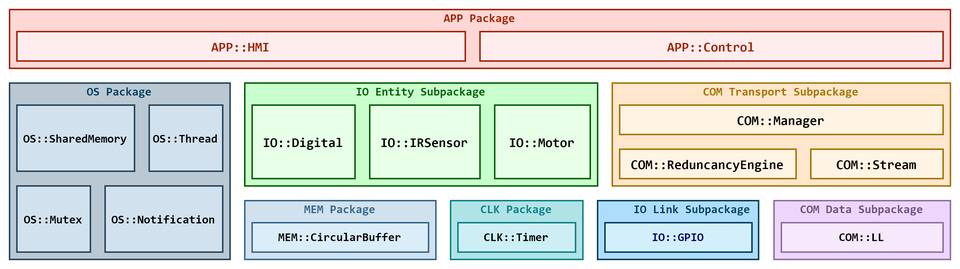
The draw.io diagram Deliverables/Final/img/full-stack-overview.png in LPI2-DreamTeam/rfcar, before a commit. Source tidied: cells renumbered, new cells last; positions are measured from the earlier drawing's top-left corner, leaving out a move shared by most shapes.
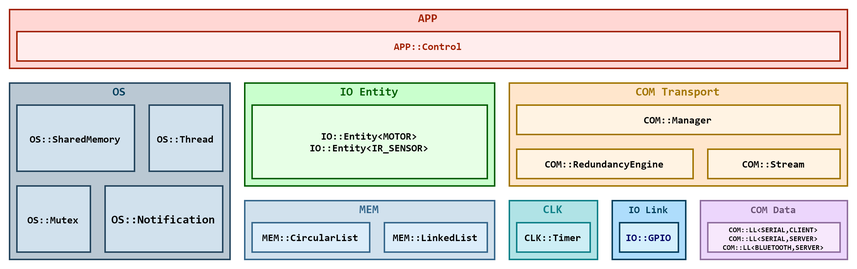
Later version of the same file.

Change to the diagram source:
```diff
@@ -3,44 +3,26 @@
     <mxCell id="0" />
     <mxCell id="1" parent="0" />
     <mxCell id="2" style="rounded=0;whiteSpace=wrap;html=1;fontFamily=Consolas;fontSize=9;align=center;fontStyle=1;spacingRight=0;labelPosition=center;verticalLabelPosition=middle;verticalAlign=middle;labelBackgroundColor=none;strokeColor=#A12102;fontColor=#A12102;fillColor=#FFD7D4;" parent="1" vertex="1">
-      <mxGeometry width="640" height="40" as="geometry" />
+      <mxGeometry width="570" height="40" as="geometry" />
     </mxCell>
     <mxCell id="3" style="rounded=0;whiteSpace=wrap;html=1;fontFamily=Consolas;fontSize=9;align=center;fontStyle=1;spacingRight=0;labelPosition=center;verticalLabelPosition=middle;verticalAlign=middle;strokeColor=#035E03;fillColor=#C9FFCD;" parent="1" vertex="1">
-      <mxGeometry x="160" y="50" width="240" height="70" as="geometry" />
+      <mxGeometry x="160" y="50" width="170" height="70" as="geometry" />
     </mxCell>
     <mxCell id="4" style="rounded=0;whiteSpace=wrap;html=1;labelBackgroundColor=none;fontFamily=Consolas;fontSize=8;align=center;gradientDirection=east;fontColor=#333333;fontStyle=1;fillColor=#BAC8D3;strokeColor=#23445D;" parent="1" vertex="1">
       <mxGeometry y="50" width="150" height="120" as="geometry" />
     </mxCell>
     <mxCell id="5" style="rounded=0;whiteSpace=wrap;html=1;labelBackgroundColor=none;fontFamily=Consolas;fontSize=8;align=center;gradientDirection=east;fontStyle=1;fillColor=#b0e3e6;strokeColor=#0e8088;" parent="1" vertex="1">
-      <mxGeometry x="300" y="130" width="90" height="40" as="geometry" />
+      <mxGeometry x="340" y="130" width="60" height="40" as="geometry" />
     </mxCell>
     <mxCell id="6" style="rounded=0;whiteSpace=wrap;html=1;fontSize=9;fontFamily=Consolas;verticalAlign=top;labelPosition=center;verticalLabelPosition=middle;align=center;fillColor=#FFE6CC;strokeColor=#A17400;" parent="1" vertex="1">
-      <mxGeometry x="410" y="50" width="230" height="70" as="geometry" />
+      <mxGeometry x="340" y="50" width="230" height="70" as="geometry" />
     </mxCell>
     <mxCell id="7" style="rounded=0;whiteSpace=wrap;html=1;fontSize=9;fontFamily=Consolas;verticalAlign=top;labelPosition=center;verticalLabelPosition=middle;align=center;fillColor=#ECD6FC;strokeColor=#8F6E9E;" parent="1" vertex="1">
-      <mxGeometry x="520" y="130" width="120" height="40" as="geometry" />
+      <mxGeometry x="470" y="130" width="100" height="40" as="geometry" />
     </mxCell>
-    <mxCell id="8" value="COM::Manager" style="rounded=0;whiteSpace=wrap;html=1;fontFamily=Consolas;fontSize=9;align=center;fontStyle=1;spacingRight=0;labelPosition=center;verticalLabelPosition=middle;verticalAlign=middle;fillColor=#FFF3E3;strokeColor=#A17400;" parent="1" vertex="1">
-      <mxGeometry x="415" y="65" width="220" height="20" as="geometry" />
-    </mxCell>
-    <mxCell id="9" value="APP::Control" style="rounded=0;whiteSpace=wrap;html=1;fontFamily=Consolas;fontSize=9;align=center;fontStyle=1;spacingRight=0;labelPosition=center;verticalLabelPosition=middle;verticalAlign=middle;labelBackgroundColor=none;fillColor=#FFEDED;strokeColor=#A12102;fontColor=#A12102;" parent="1" vertex="1">
-      <mxGeometry x="320" y="15" width="315" height="20" as="geometry" />
-    </mxCell>
-    <mxCell id="10" value="COM::ReduncancyEngine" style="rounded=0;whiteSpace=wrap;html=1;fontFamily=Consolas;fontSize=9;align=center;fontStyle=1;spacingRight=0;labelPosition=center;verticalLabelPosition=middle;verticalAlign=middle;horizontal=1;fillColor=#FFF3E3;strokeColor=#A17400;" parent="1" vertex="1">
-      <mxGeometry x="415" y="95" width="120" height="20" as="geometry" />
+    <mxCell id="10" value="COM::RedundancyEngine" style="rounded=0;whiteSpace=wrap;html=1;fontFamily=Consolas;fontSize=7;align=center;fontStyle=1;spacingRight=0;labelPosition=center;verticalLabelPosition=middle;verticalAlign=middle;horizontal=1;fillColor=#FFF3E3;strokeColor=#A17400;" parent="1" vertex="1">
+      <mxGeometry x="345" y="95" width="120" height="20" as="geometry" />
     </mxCell>
-    <mxCell id="11" value="APP::HMI" style="rounded=0;whiteSpace=wrap;html=1;fontFamily=Consolas;fontSize=9;align=center;fontStyle=1;spacingRight=0;labelPosition=center;verticalLabelPosition=middle;verticalAlign=middle;labelBackgroundColor=none;fillColor=#FFEDED;strokeColor=#A12102;fontColor=#A12102;" parent="1" vertex="1">
-      <mxGeometry x="5" y="15" width="305" height="20" as="geometry" />
-    </mxCell>
-    <mxCell id="12" value="IO::Digital" style="rounded=0;whiteSpace=wrap;html=1;fontFamily=Consolas;fontSize=9;align=center;fontStyle=1;spacingRight=0;labelPosition=center;verticalLabelPosition=middle;verticalAlign=middle;fillColor=#E7FFE6;strokeColor=#035E03;" parent="1" vertex="1">
-      <mxGeometry x="165" y="65" width="70" height="50" as="geometry" />
-    </mxCell>
-    <mxCell id="13" value="IO::Motor" style="rounded=0;whiteSpace=wrap;html=1;fontFamily=Consolas;fontSize=9;align=center;fontStyle=1;spacingRight=0;labelPosition=center;verticalLabelPosition=middle;verticalAlign=middle;fillColor=#E7FFE6;strokeColor=#035E03;" parent="1" vertex="1">
-      <mxGeometry x="330" y="65" width="65" height="50" as="geometry" />
-    </mxCell>
-    <mxCell id="14" value="IO::IRSensor" style="rounded=0;whiteSpace=wrap;html=1;fontFamily=Consolas;fontSize=9;align=center;fontStyle=1;spacingRight=0;labelPosition=center;verticalLabelPosition=middle;verticalAlign=middle;fillColor=#E7FFE6;strokeColor=#035E03;" parent="1" vertex="1">
-      <mxGeometry x="245" y="65" width="75" height="50" as="geometry" />
-    </mxCell>
     <mxCell id="15" value="OS::Thread" style="rounded=0;whiteSpace=wrap;html=1;labelBackgroundColor=none;fontFamily=Consolas;fontSize=8;align=center;gradientDirection=east;fontStyle=1;fillColor=#D1E1ED;strokeColor=#23445D;" parent="1" vertex="1">
       <mxGeometry x="95" y="65" width="50" height="45" as="geometry" />
     </mxCell>
@@ -50,53 +32,86 @@
     <mxCell id="17" value="OS::Mutex" style="rounded=0;whiteSpace=wrap;html=1;labelBackgroundColor=none;fontFamily=Consolas;fontSize=8;align=center;gradientDirection=east;fontStyle=1;fillColor=#D1E1ED;strokeColor=#23445D;" parent="1" vertex="1">
       <mxGeometry x="5" y="120" width="50" height="45" as="geometry" />
     </mxCell>
-    <mxCell id="18" value="&lt;font style=&quot;font-size: 8px&quot;&gt;CLK::Timer&lt;/font&gt;" style="rounded=0;whiteSpace=wrap;html=1;labelBackgroundColor=none;fontFamily=Consolas;fontSize=8;align=center;gradientDirection=east;fontStyle=1;strokeColor=#0e8088;fillColor=#CDEEF5;" parent="1" vertex="1">
-      <mxGeometry x="305" y="145" width="80" height="20" as="geometry" />
-    </mxCell>
-    <mxCell id="19" value="COM::LL" style="rounded=0;whiteSpace=wrap;html=1;fontFamily=Consolas;fontSize=8;align=center;fontStyle=1;spacingRight=0;verticalAlign=middle;fillColor=#F7E8FC;strokeColor=#8F6E9E;" parent="1" vertex="1">
-      <mxGeometry x="525" y="145" width="110" height="20" as="geometry" />
+    <mxCell id="19" value="COM::LL&amp;lt;SERIAL,CLIENT&amp;gt;&lt;br style=&quot;font-size: 5px;&quot;&gt;COM::LL&amp;lt;SERIAL,SERVER&amp;gt;&lt;br style=&quot;font-size: 5px;&quot;&gt;COM::LL&amp;lt;BLUETOOTH,SERVER&amp;gt;" style="rounded=0;whiteSpace=wrap;html=1;fontFamily=Consolas;fontSize=5;align=center;fontStyle=1;spacingRight=0;verticalAlign=middle;fillColor=#F7E8FC;strokeColor=#8F6E9E;horizontal=1;" parent="1" vertex="1">
+      <mxGeometry x="475" y="145" width="90" height="20" as="geometry" />
     </mxCell>
-    <mxCell id="20" value="COM::Stream" style="rounded=0;whiteSpace=wrap;html=1;fontFamily=Consolas;fontSize=9;align=center;fontStyle=1;spacingRight=0;labelPosition=center;verticalLabelPosition=middle;verticalAlign=middle;horizontal=1;fillColor=#FFF3E3;strokeColor=#A17400;" parent="1" vertex="1">
-      <mxGeometry x="545" y="95" width="90" height="20" as="geometry" />
+    <mxCell id="20" value="COM::Stream" style="rounded=0;whiteSpace=wrap;html=1;fontFamily=Consolas;fontSize=7;align=center;fontStyle=1;spacingRight=0;labelPosition=center;verticalLabelPosition=middle;verticalAlign=middle;horizontal=1;fillColor=#FFF3E3;strokeColor=#A17400;" parent="1" vertex="1">
+      <mxGeometry x="475" y="95" width="90" height="20" as="geometry" />
     </mxCell>
     <mxCell id="21" style="rounded=0;whiteSpace=wrap;html=1;fontSize=9;fontFamily=Consolas;verticalAlign=top;labelPosition=center;verticalLabelPosition=middle;align=center;fillColor=#AEDDFC;strokeColor=#003D5B;" parent="1" vertex="1">
-      <mxGeometry x="400" y="130" width="109.5" height="40" as="geometry" />
+      <mxGeometry x="410" y="130" width="50" height="40" as="geometry" />
     </mxCell>
-    <mxCell id="22" value="IO::GPIO" style="rounded=0;whiteSpace=wrap;html=1;fontFamily=Consolas;fontSize=8;align=center;fontStyle=1;spacingRight=0;fontColor=#000066;verticalAlign=middle;fillColor=#D4EFFC;strokeColor=#003D5B;" parent="1" vertex="1">
-      <mxGeometry x="405" y="145" width="100" height="20" as="geometry" />
-    </mxCell>
-    <mxCell id="23" value="&lt;span style=&quot;color: rgb(106 , 82 , 117) ; font-weight: 700&quot;&gt;COM Data&amp;nbsp;&lt;/span&gt;&lt;font color=&quot;#6a5275&quot;&gt;&lt;b&gt;Subpackage&lt;/b&gt;&lt;/font&gt;" style="text;html=1;strokeColor=none;fillColor=none;align=center;verticalAlign=middle;whiteSpace=wrap;rounded=0;fontFamily=Consolas;fontSize=8;fontColor=#000000;" parent="1" vertex="1">
-      <mxGeometry x="525" y="130" width="110" height="12" as="geometry" />
+    <mxCell id="23" value="&lt;span style=&quot;color: rgb(106 , 82 , 117) ; font-weight: 700 ; font-size: 7px&quot;&gt;COM Data&lt;/span&gt;" style="text;html=1;strokeColor=none;fillColor=none;align=center;verticalAlign=middle;whiteSpace=wrap;rounded=0;fontFamily=Consolas;fontSize=7;fontColor=#000000;" parent="1" vertex="1">
+      <mxGeometry x="480" y="130" width="80" height="12" as="geometry" />
     </mxCell>
-    <mxCell id="24" value="&lt;span style=&quot;font-weight: 700&quot;&gt;COM Transport&amp;nbsp;&lt;/span&gt;&lt;b&gt;Subpackage&lt;/b&gt;" style="text;html=1;strokeColor=none;fillColor=none;align=center;verticalAlign=middle;whiteSpace=wrap;rounded=0;fontFamily=Consolas;fontSize=8;fontColor=#A17400;" parent="1" vertex="1">
-      <mxGeometry x="460" y="50" width="130" height="12" as="geometry" />
+    <mxCell id="24" value="&lt;span style=&quot;font-weight: 700&quot;&gt;COM Transport&lt;/span&gt;" style="text;html=1;strokeColor=none;fillColor=none;align=center;verticalAlign=middle;whiteSpace=wrap;rounded=0;fontFamily=Consolas;fontSize=8;fontColor=#A17400;" parent="1" vertex="1">
+      <mxGeometry x="390" y="50" width="130" height="12" as="geometry" />
     </mxCell>
-    <mxCell id="25" value="&lt;span style=&quot;font-weight: 700&quot;&gt;IO Link&amp;nbsp;&lt;/span&gt;&lt;b&gt;Subpackage&lt;/b&gt;" style="text;html=1;strokeColor=none;fillColor=none;align=center;verticalAlign=middle;whiteSpace=wrap;rounded=0;fontFamily=Consolas;fontSize=8;fontColor=#003D5B;" parent="1" vertex="1">
-      <mxGeometry x="417" y="130" width="95" height="12" as="geometry" />
+    <mxCell id="25" value="&lt;span style=&quot;font-weight: 700 ; font-size: 7px&quot;&gt;IO Link&lt;/span&gt;" style="text;html=1;strokeColor=none;fillColor=none;align=center;verticalAlign=middle;whiteSpace=wrap;rounded=0;fontFamily=Consolas;fontSize=7;fontColor=#003D5B;" parent="1" vertex="1">
+      <mxGeometry x="418" y="130" width="34" height="12" as="geometry" />
     </mxCell>
-    <mxCell id="26" value="&lt;span style=&quot;font-weight: 700&quot;&gt;CLK&amp;nbsp;&lt;/span&gt;&lt;b&gt;Package&lt;/b&gt;" style="text;html=1;strokeColor=none;fillColor=none;align=center;verticalAlign=middle;whiteSpace=wrap;rounded=0;fontFamily=Consolas;fontSize=8;fontColor=#0E8088;" parent="1" vertex="1">
-      <mxGeometry x="310" y="130" width="70" height="12" as="geometry" />
+    <mxCell id="26" value="&lt;span style=&quot;font-weight: 700&quot;&gt;CLK&lt;/span&gt;" style="text;html=1;strokeColor=none;fillColor=none;align=center;verticalAlign=middle;whiteSpace=wrap;rounded=0;fontFamily=Consolas;fontSize=8;fontColor=#0E8088;" parent="1" vertex="1">
+      <mxGeometry x="352" y="130" width="36" height="12" as="geometry" />
     </mxCell>
     <mxCell id="27" value="OS::Notification" style="rounded=0;whiteSpace=wrap;html=1;labelBackgroundColor=none;fontFamily=Consolas;fontSize=8;align=center;gradientDirection=east;fontStyle=1;fillColor=#D1E1ED;strokeColor=#23445D;" parent="1" vertex="1">
       <mxGeometry x="65" y="120" width="80" height="45" as="geometry" />
     </mxCell>
-    <mxCell id="28" value="&lt;span style=&quot;font-weight: 700&quot;&gt;&lt;font&gt;OS&amp;nbsp;&lt;/font&gt;&lt;/span&gt;&lt;b&gt;Package&lt;/b&gt;" style="text;html=1;strokeColor=none;fillColor=none;align=center;verticalAlign=middle;whiteSpace=wrap;rounded=0;fontFamily=Consolas;fontSize=8;fontColor=#003D5B;" parent="1" vertex="1">
+    <mxCell id="28" value="&lt;span style=&quot;font-weight: 700&quot;&gt;&lt;font&gt;OS&lt;/font&gt;&lt;/span&gt;" style="text;html=1;strokeColor=none;fillColor=none;align=center;verticalAlign=middle;whiteSpace=wrap;rounded=0;fontFamily=Consolas;fontSize=8;fontColor=#003D5B;" parent="1" vertex="1">
       <mxGeometry x="25" y="50" width="100" height="12" as="geometry" />
     </mxCell>
-    <mxCell id="29" value="&lt;span style=&quot;font-weight: 700&quot;&gt;IO Entity Subp&lt;/span&gt;&lt;b&gt;ackage&lt;/b&gt;" style="text;html=1;align=center;verticalAlign=middle;whiteSpace=wrap;rounded=0;fontFamily=Consolas;fontSize=8;fontColor=#035E03;" parent="1" vertex="1">
-      <mxGeometry x="230" y="50" width="100" height="12" as="geometry" />
+    <mxCell id="29" value="&lt;span style=&quot;font-weight: 700&quot;&gt;IO Entity&lt;/span&gt;" style="text;html=1;align=center;verticalAlign=middle;whiteSpace=wrap;rounded=0;fontFamily=Consolas;fontSize=8;fontColor=#035E03;" parent="1" vertex="1">
+      <mxGeometry x="195" y="50" width="100" height="12" as="geometry" />
     </mxCell>
-    <mxCell id="30" value="&lt;span style=&quot;font-weight: 700&quot;&gt;APP Package&lt;/span&gt;" style="text;html=1;align=center;verticalAlign=middle;whiteSpace=wrap;rounded=0;fontFamily=Consolas;fontSize=8;fontColor=#A12102;" parent="1" vertex="1">
-      <mxGeometry x="275" width="90" height="12" as="geometry" />
+    <mxCell id="30" value="&lt;span style=&quot;font-weight: 700&quot;&gt;APP&lt;/span&gt;" style="text;html=1;align=center;verticalAlign=middle;whiteSpace=wrap;rounded=0;fontFamily=Consolas;fontSize=8;fontColor=#A12102;" parent="1" vertex="1">
+      <mxGeometry x="240" width="90" height="12" as="geometry" />
     </mxCell>
     <mxCell id="31" style="rounded=0;whiteSpace=wrap;html=1;labelBackgroundColor=none;fontFamily=Consolas;fontSize=8;align=center;gradientDirection=east;fontStyle=1;fillColor=#D1E1ED;strokeColor=#35678C;" parent="1" vertex="1">
-      <mxGeometry x="160" y="130" width="130" height="40" as="geometry" />
+      <mxGeometry x="160" y="130" width="170" height="40" as="geometry" />
     </mxCell>
-    <mxCell id="32" value="&lt;font style=&quot;font-size: 8px;&quot;&gt;MEM::CircularBuffer&lt;/font&gt;" style="rounded=0;whiteSpace=wrap;html=1;labelBackgroundColor=none;fontFamily=Consolas;fontSize=8;align=center;gradientDirection=east;fontStyle=1;fillColor=#DCEDFA;strokeColor=#35678C;" parent="1" vertex="1">
-      <mxGeometry x="165" y="145" width="120" height="20" as="geometry" />
+    <mxCell id="32" value="&lt;font style=&quot;font-size: 8px&quot;&gt;MEM::CircularList&lt;/font&gt;" style="rounded=0;whiteSpace=wrap;html=1;labelBackgroundColor=none;fontFamily=Consolas;fontSize=8;align=center;gradientDirection=east;fontStyle=1;fillColor=#DCEDFA;strokeColor=#35678C;" parent="1" vertex="1">
+      <mxGeometry x="165" y="145" width="80" height="20" as="geometry" />
     </mxCell>
-    <mxCell id="33" value="&lt;span style=&quot;font-weight: 700&quot;&gt;MEM&amp;nbsp;&lt;/span&gt;&lt;b&gt;Package&lt;/b&gt;" style="text;html=1;strokeColor=none;fillColor=none;align=center;verticalAlign=middle;whiteSpace=wrap;rounded=0;fontFamily=Consolas;fontSize=8;fontColor=#35678C;" parent="1" vertex="1">
-      <mxGeometry x="190" y="130" width="70" height="12" as="geometry" />
+    <mxCell id="33" value="&lt;span style=&quot;font-weight: 700&quot;&gt;MEM&lt;/span&gt;" style="text;html=1;strokeColor=none;fillColor=none;align=center;verticalAlign=middle;whiteSpace=wrap;rounded=0;fontFamily=Consolas;fontSize=8;fontColor=#35678C;" parent="1" vertex="1">
+      <mxGeometry x="210" y="130" width="70" height="12" as="geometry" />
     </mxCell>
+    <mxCell id="34" value="&lt;font style=&quot;font-size: 8px&quot;&gt;MEM::LinkedList&lt;/font&gt;" style="rounded=0;whiteSpace=wrap;html=1;labelBackgroundColor=none;fontFamily=Consolas;fontSize=8;align=center;gradientDirection=east;fontStyle=1;fillColor=#DCEDFA;strokeColor=#35678C;" parent="1" vertex="1">
+      <mxGeometry x="255" y="145" width="70" height="20" as="geometry" />
+    </mxCell>
+    <mxCell id="35" value="&lt;font style=&quot;font-size: 8px&quot;&gt;MEM::LinkedList&lt;/font&gt;" style="rounded=0;whiteSpace=wrap;html=1;labelBackgroundColor=none;fontFamily=Consolas;fontSize=8;align=center;gradientDirection=east;fontStyle=1;fillColor=#DCEDFA;strokeColor=#35678C;" parent="1" vertex="1">
+      <mxGeometry x="255" y="145" width="70" height="20" as="geometry" />
+    </mxCell>
+    <mxCell id="36" value="&lt;font style=&quot;font-size: 8px&quot;&gt;MEM::CircularList&lt;/font&gt;" style="rounded=0;whiteSpace=wrap;html=1;labelBackgroundColor=none;fontFamily=Consolas;fontSize=8;align=center;gradientDirection=east;fontStyle=1;fillColor=#DCEDFA;strokeColor=#35678C;" parent="1" vertex="1">
+      <mxGeometry x="165" y="145" width="80" height="20" as="geometry" />
+    </mxCell>
+    <mxCell id="22" value="IO::GPIO" style="rounded=0;whiteSpace=wrap;html=1;fontFamily=Consolas;fontSize=7;align=center;fontStyle=1;spacingRight=0;fontColor=#000066;verticalAlign=middle;fillColor=#D4EFFC;strokeColor=#003D5B;" parent="1" vertex="1">
+      <mxGeometry x="415" y="145" width="40" height="20" as="geometry" />
+    </mxCell>
+    <mxCell id="18" value="&lt;font style=&quot;font-size: 7px;&quot;&gt;CLK::Timer&lt;/font&gt;" style="rounded=0;whiteSpace=wrap;html=1;labelBackgroundColor=none;fontFamily=Consolas;fontSize=7;align=center;gradientDirection=east;fontStyle=1;strokeColor=#0e8088;fillColor=#CDEEF5;" parent="1" vertex="1">
+      <mxGeometry x="345" y="145" width="50" height="20" as="geometry" />
+    </mxCell>
+    <mxCell id="37" value="&lt;font style=&quot;font-size: 7px;&quot;&gt;MEM::LinkedList&lt;/font&gt;" style="rounded=0;whiteSpace=wrap;html=1;labelBackgroundColor=none;fontFamily=Consolas;fontSize=7;align=center;gradientDirection=east;fontStyle=1;fillColor=#DCEDFA;strokeColor=#35678C;" parent="1" vertex="1">
+      <mxGeometry x="255" y="145" width="70" height="20" as="geometry" />
+    </mxCell>
+    <mxCell id="38" value="&lt;font style=&quot;font-size: 7px;&quot;&gt;MEM::CircularList&lt;/font&gt;" style="rounded=0;whiteSpace=wrap;html=1;labelBackgroundColor=none;fontFamily=Consolas;fontSize=7;align=center;gradientDirection=east;fontStyle=1;fillColor=#DCEDFA;strokeColor=#35678C;" parent="1" vertex="1">
+      <mxGeometry x="165" y="145" width="80" height="20" as="geometry" />
+    </mxCell>
+    <mxCell id="39" value="OS::Mutex" style="rounded=0;whiteSpace=wrap;html=1;labelBackgroundColor=none;fontFamily=Consolas;fontSize=7;align=center;gradientDirection=east;fontStyle=1;fillColor=#D1E1ED;strokeColor=#23445D;" parent="1" vertex="1">
+      <mxGeometry x="5" y="120" width="50" height="45" as="geometry" />
+    </mxCell>
+    <mxCell id="40" value="OS::SharedMemory" style="rounded=0;whiteSpace=wrap;html=1;labelBackgroundColor=none;fontFamily=Consolas;fontSize=7;align=center;gradientDirection=east;fontStyle=1;fillColor=#D1E1ED;strokeColor=#23445D;" parent="1" vertex="1">
+      <mxGeometry x="5" y="65" width="80" height="45" as="geometry" />
+    </mxCell>
+    <mxCell id="41" value="OS::Thread" style="rounded=0;whiteSpace=wrap;html=1;labelBackgroundColor=none;fontFamily=Consolas;fontSize=7;align=center;gradientDirection=east;fontStyle=1;fillColor=#D1E1ED;strokeColor=#23445D;" parent="1" vertex="1">
+      <mxGeometry x="95" y="65" width="50" height="45" as="geometry" />
+    </mxCell>
+    <mxCell id="9" value="APP::Control" style="rounded=0;whiteSpace=wrap;html=1;fontFamily=Consolas;fontSize=7;align=center;fontStyle=1;spacingRight=0;labelPosition=center;verticalLabelPosition=middle;verticalAlign=middle;labelBackgroundColor=none;fillColor=#FFEDED;strokeColor=#A12102;fontColor=#A12102;" parent="1" vertex="1">
+      <mxGeometry x="5" y="15" width="560" height="20" as="geometry" />
+    </mxCell>
+    <mxCell id="42" value="IO::Entity&amp;lt;MOTOR&amp;gt;&lt;br style=&quot;font-size: 7px;&quot;&gt;IO::Entity&amp;lt;IR_SENSOR&amp;gt;" style="rounded=0;whiteSpace=wrap;html=1;fontFamily=Consolas;fontSize=7;align=center;fontStyle=1;spacingRight=0;labelPosition=center;verticalLabelPosition=middle;verticalAlign=middle;fillColor=#E7FFE6;strokeColor=#035E03;" parent="1" vertex="1">
+      <mxGeometry x="165" y="65" width="160" height="50" as="geometry" />
+    </mxCell>
+    <mxCell id="8" value="COM::Manager" style="rounded=0;whiteSpace=wrap;html=1;fontFamily=Consolas;fontSize=7;align=center;fontStyle=1;spacingRight=0;labelPosition=center;verticalLabelPosition=middle;verticalAlign=middle;fillColor=#FFF3E3;strokeColor=#A17400;" parent="1" vertex="1">
+      <mxGeometry x="345" y="65" width="220" height="20" as="geometry" />
+    </mxCell>
   </root>
 </mxGraphModel>
```
